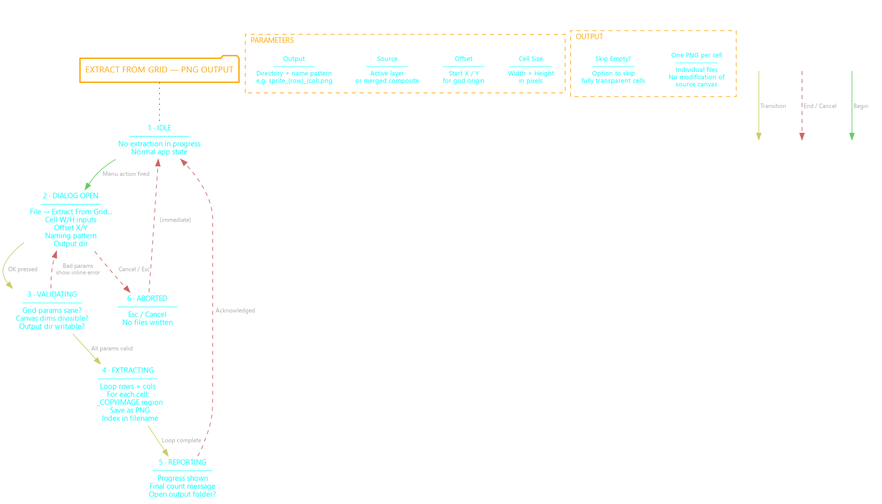
Above: PLANS/diagrams/FILE-OPS/EXTRACT-GRID-STATES.png in grymmjack/DRAW (Graphviz), before the change. Its source is kept beside it as PLANS/diagrams/FILE-OPS/EXTRACT-GRID-STATES.DOT. Source of this version:
```dot
digraph EXTRACT_GRID {
    label="EXTRACT FROM GRID STATE MACHINE" labelloc=t labeljust=c
    ordering=out rankdir=TB
    fontcolor=white fontsize=24.0 fontname="Cascadia Code PL"
    splines=true compound=true
    bgcolor=transparent
    edge [color=gray fontcolor="#aaaaaa" fontsize=9.0 fontname="Cascadia Code PL"];
    node [color=white shape=rect style="" fontname="Cascadia Code PL" fontsize=11.0 fontcolor=cyan];

    { node [shape=folder color=orange penwidth=2 fontcolor=orange fontsize=13.0];
        MAIN [label="EXTRACT FROM GRID — PNG OUTPUT"];
    }

    S_IDLE [label="1 · IDLE\n─────────────────\nNo extraction in progress\nNormal app state"];
    S_DIALOG [label="2 · DIALOG OPEN\n─────────────────\nFile → Extract From Grid...\nCell W/H inputs\nOffset X/Y\nNaming pattern\nOutput dir"];
    S_VALIDATING [label="3 · VALIDATING\n─────────────────\nGrid params sane?\nCanvas dims divisible?\nOutput dir writable?"];
    S_EXTRACTING [label="4 · EXTRACTING\n─────────────────\nLoop rows × cols\nFor each cell:\n  _COPYIMAGE region\n  Save as PNG\n  Index in filename"];
    S_REPORTING [label="5 · REPORTING\n─────────────────\nProgress shown\nFinal count message\nOpen output folder?"];
    S_ABORTED [label="6 · ABORTED\n─────────────────\nEsc / Cancel\nNo files written"];

    S_IDLE -> S_DIALOG [label="  Menu action fired" color="#66cc66"];
    S_DIALOG -> S_VALIDATING [label="  OK pressed" color="#cccc66"];
    S_DIALOG -> S_ABORTED [label="  Cancel / Esc" color="#cc6666" style=dashed];
    S_VALIDATING -> S_DIALOG [label="  Bad params\n  show inline error" color="#cc6666" style=dashed];
    S_VALIDATING -> S_EXTRACTING [label="  All params valid" color="#cccc66"];
    S_EXTRACTING -> S_REPORTING [label="  Loop complete" color="#cccc66"];
    S_REPORTING -> S_IDLE [label="  Acknowledged" color="#cc6666" style=dashed];
    S_ABORTED -> S_IDLE [label="  (immediate)" color="#cc6666" style=dashed];

    subgraph cluster_params {
        label="PARAMETERS" labelloc=t labeljust=l
        fontcolor=orange fontsize=11.0 color=orange style=dashed penwidth=1

        P1 [label="Cell Size\n────────────\nWidth × Height\nin pixels" fontsize=10.0];
        P2 [label="Offset\n────────────\nStart X / Y\nfor grid origin" fontsize=10.0];
        P3 [label="Source\n────────────\nActive layer\nor merged composite" fontsize=10.0];
        P4 [label="Output\n────────────\nDirectory + name pattern\ne.g. sprite_{row}_{col}.png" fontsize=10.0];
    }

    subgraph cluster_output {
        label="OUTPUT" labelloc=t labeljust=l
        fontcolor=orange fontsize=11.0 color=orange style=dashed penwidth=1

        O1 [label="One PNG per cell\n────────────\nIndividual files\nNo modification of\nsource canvas" fontsize=10.0];
        O2 [label="Skip Empty?\n────────────\nOption to skip\nfully transparent cells" fontsize=10.0];
    }

    MAIN -> S_IDLE [arrowhead=none color="#555555" style=dotted];
    { rank=min; MAIN }

    subgraph cluster_legend {
        label="LEGEND" labelloc=t labeljust=l
        fontcolor=white fontsize=11.0 color=white style=dashed penwidth=1
        L1 [label="" shape=point width=0.01]; L2 [label="" shape=point width=0.01];
        L3 [label="" shape=point width=0.01]; L4 [label="" shape=point width=0.01];
        L5 [label="" shape=point width=0.01]; L6 [label="" shape=point width=0.01];
        L1 -> L2 [label=" Begin" arrowhead=normal color="#66cc66" fontsize=9.0];
        L3 -> L4 [label=" End / Cancel" arrowhead=normal color="#cc6666" style=dashed fontsize=9.0];
        L5 -> L6 [label=" Transition" arrowhead=normal color="#cccc66" fontsize=9.0];
    }
}
```
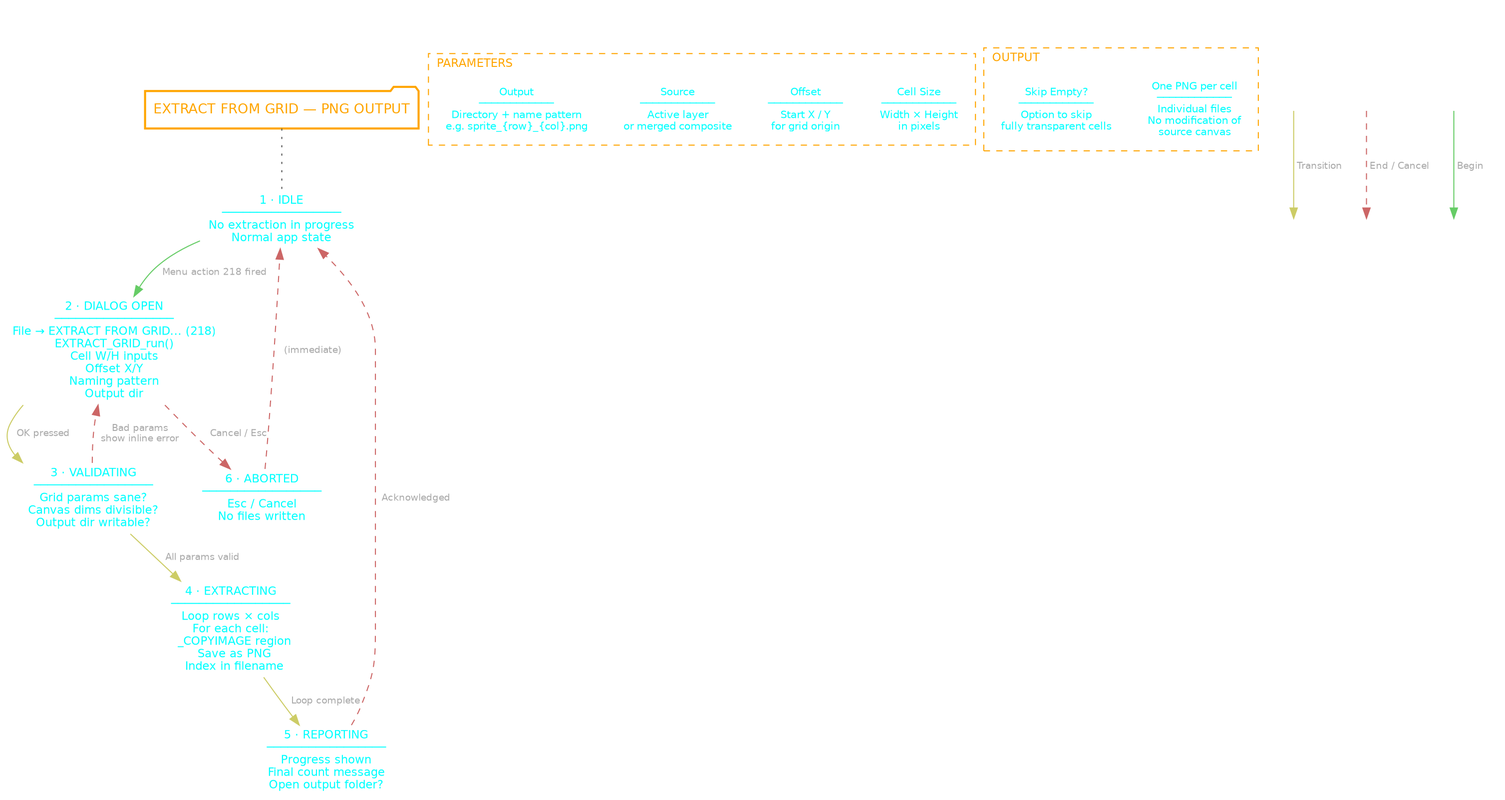
After the commit.

What changed in the source:
```diff
@@ -12,13 +12,13 @@
     }
 
     S_IDLE [label="1 · IDLE\n─────────────────\nNo extraction in progress\nNormal app state"];
-    S_DIALOG [label="2 · DIALOG OPEN\n─────────────────\nFile → Extract From Grid...\nCell W/H inputs\nOffset X/Y\nNaming pattern\nOutput dir"];
+    S_DIALOG [label="2 · DIALOG OPEN\n─────────────────\nFile → EXTRACT FROM GRID... (218)\nEXTRACT_GRID_run()\nCell W/H inputs\nOffset X/Y\nNaming pattern\nOutput dir"];
     S_VALIDATING [label="3 · VALIDATING\n─────────────────\nGrid params sane?\nCanvas dims divisible?\nOutput dir writable?"];
     S_EXTRACTING [label="4 · EXTRACTING\n─────────────────\nLoop rows × cols\nFor each cell:\n  _COPYIMAGE region\n  Save as PNG\n  Index in filename"];
     S_REPORTING [label="5 · REPORTING\n─────────────────\nProgress shown\nFinal count message\nOpen output folder?"];
     S_ABORTED [label="6 · ABORTED\n─────────────────\nEsc / Cancel\nNo files written"];
 
-    S_IDLE -> S_DIALOG [label="  Menu action fired" color="#66cc66"];
+    S_IDLE -> S_DIALOG [label="  Menu action 218 fired" color="#66cc66"];
     S_DIALOG -> S_VALIDATING [label="  OK pressed" color="#cccc66"];
     S_DIALOG -> S_ABORTED [label="  Cancel / Esc" color="#cc6666" style=dashed];
     S_VALIDATING -> S_DIALOG [label="  Bad params\n  show inline error" color="#cc6666" style=dashed];
```
